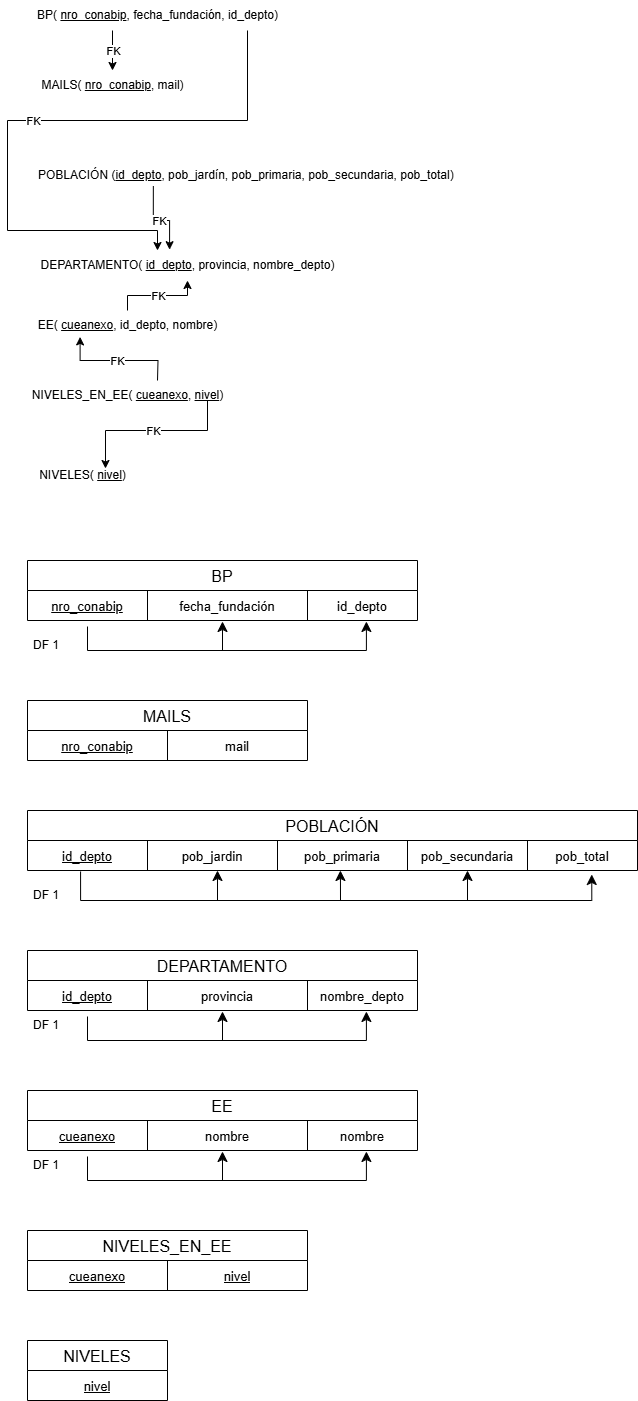
This is MODELO_REL_FINAL.png from alessialima/TP-LABO-DE-DATOS-, a draw.io export, as it was before one commit. Source tidied: cells renumbered, new cells last; positions are measured from the earlier drawing's top-left corner, leaving out a move shared by most shapes.
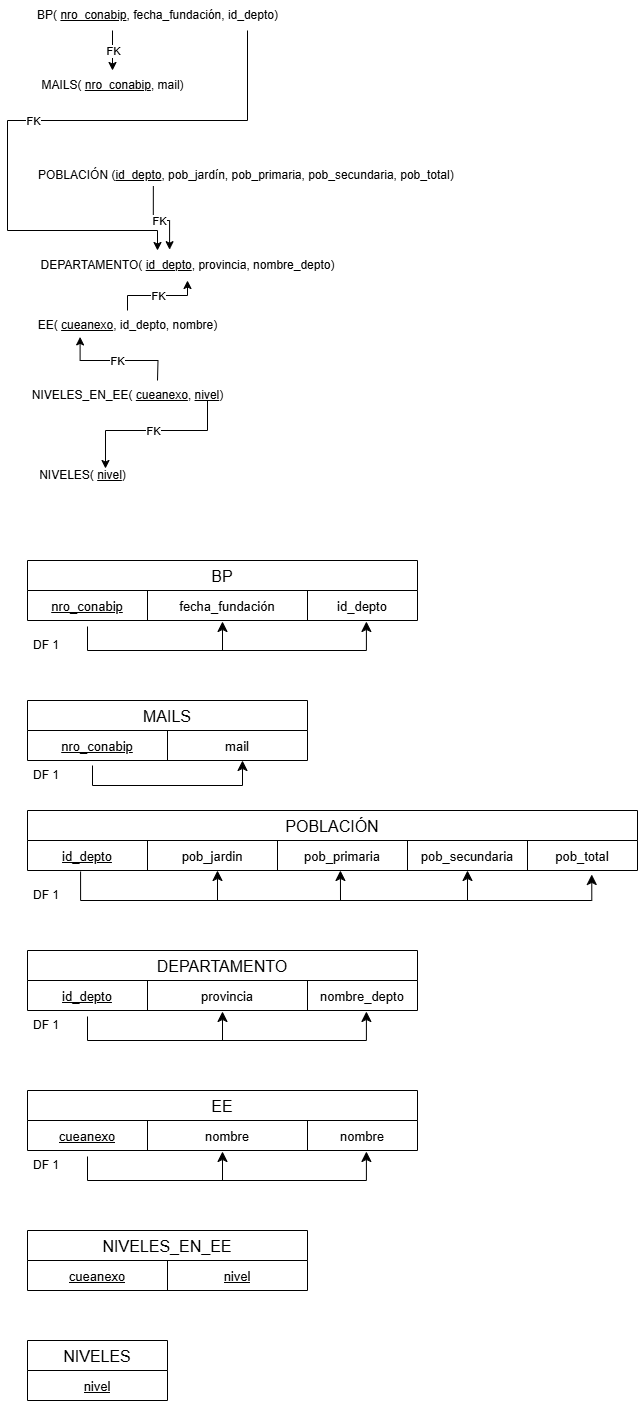
Later version of the same file.

Commit message:
listo kate !!

What changed in the source:
```diff
@@ -261,5 +261,17 @@
     <mxCell id="67" value="&lt;u&gt;&lt;font style=&quot;font-size: 13px;&quot;&gt;nivel&lt;/font&gt;&lt;/u&gt;" style="shape=partialRectangle;html=1;whiteSpace=wrap;overflow=hidden;fillColor=none;top=0;left=0;bottom=0;right=0;fontSize=16;labelBackgroundColor=none;swimlaneLine=1;strokeColor=light-dark(#000000, #ffffff);fontColor=light-dark(#000000, #ffffff);labelBorderColor=none;textShadow=0;" parent="66" vertex="1">
       <mxGeometry width="140" height="30" as="geometry" />
     </mxCell>
+    <mxCell id="68" value="DF 1" style="text;fillColor=none;align=left;verticalAlign=middle;spacingLeft=4;spacingRight=4;overflow=hidden;whiteSpace=wrap;html=1;labelBackgroundColor=none;swimlaneLine=1;strokeColor=none;fontColor=light-dark(#000000, #ffffff);labelBorderColor=none;textShadow=0;" parent="1" vertex="1">
+      <mxGeometry x="20" y="760" width="80" height="30" as="geometry" />
+    </mxCell>
+    <mxCell id="69" style="edgeStyle=segmentEdgeStyle;endArrow=classic;html=1;curved=0;rounded=0;endSize=8;startSize=8;fontColor=light-dark(#000000, #ffffff);labelBackgroundColor=none;swimlaneLine=1;fillColor=none;strokeColor=light-dark(#000000, #ffffff);labelBorderColor=none;textShadow=0;" parent="1" edge="1" target="30">
+      <mxGeometry relative="1" as="geometry">
+        <mxPoint x="85" y="765" as="sourcePoint" />
+        <Array as="points">
+          <mxPoint x="85" y="785" />
+          <mxPoint x="235" y="785" />
+        </Array>
+      </mxGeometry>
+    </mxCell>
   </root>
 </mxGraphModel>
```
